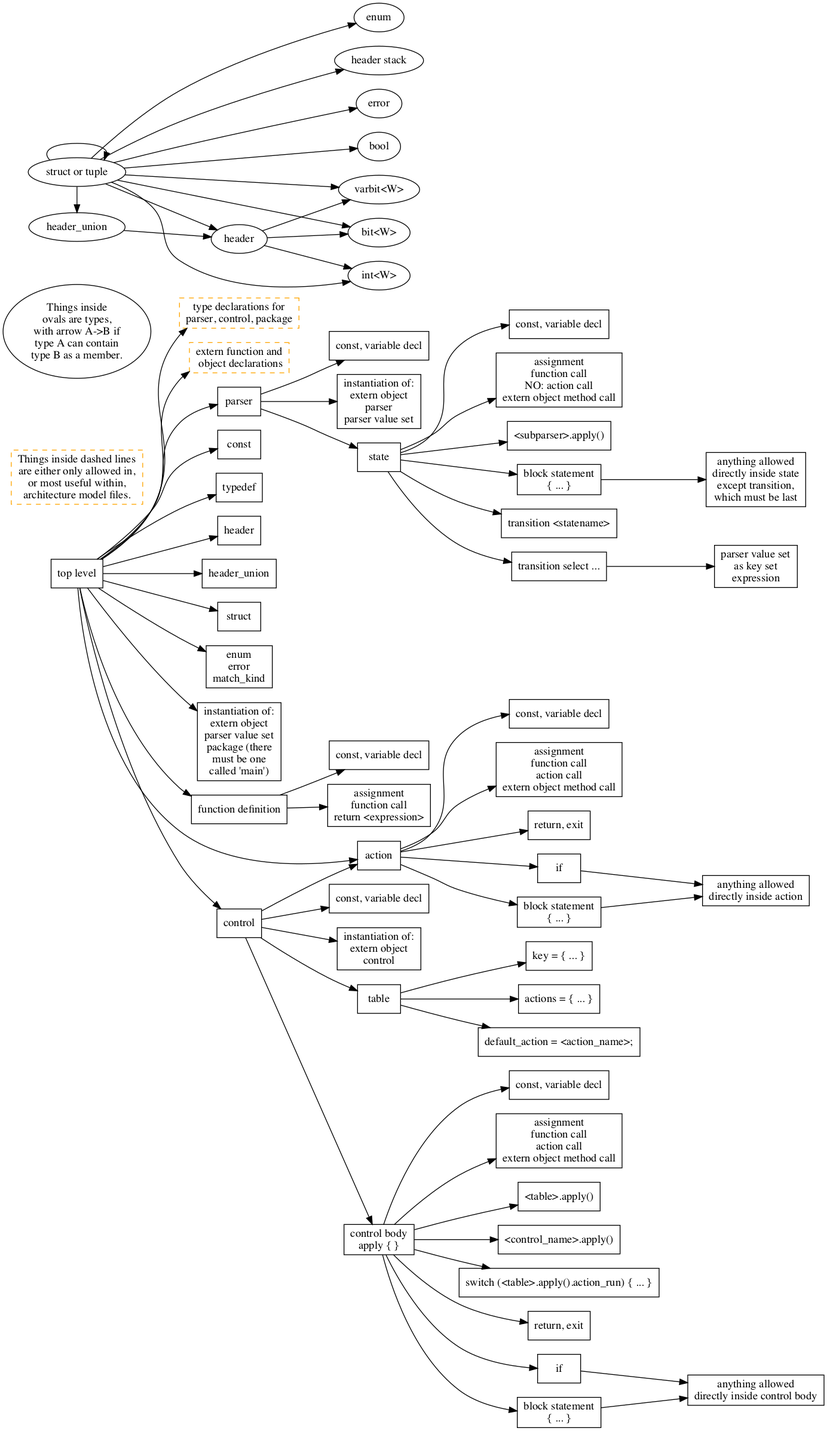
Before: p4-16-allowed-constructs.png, a diagram exported from Graphviz (jafingerhut/p4-guide). Its source is kept beside it as p4-16-allowed-constructs.dot.
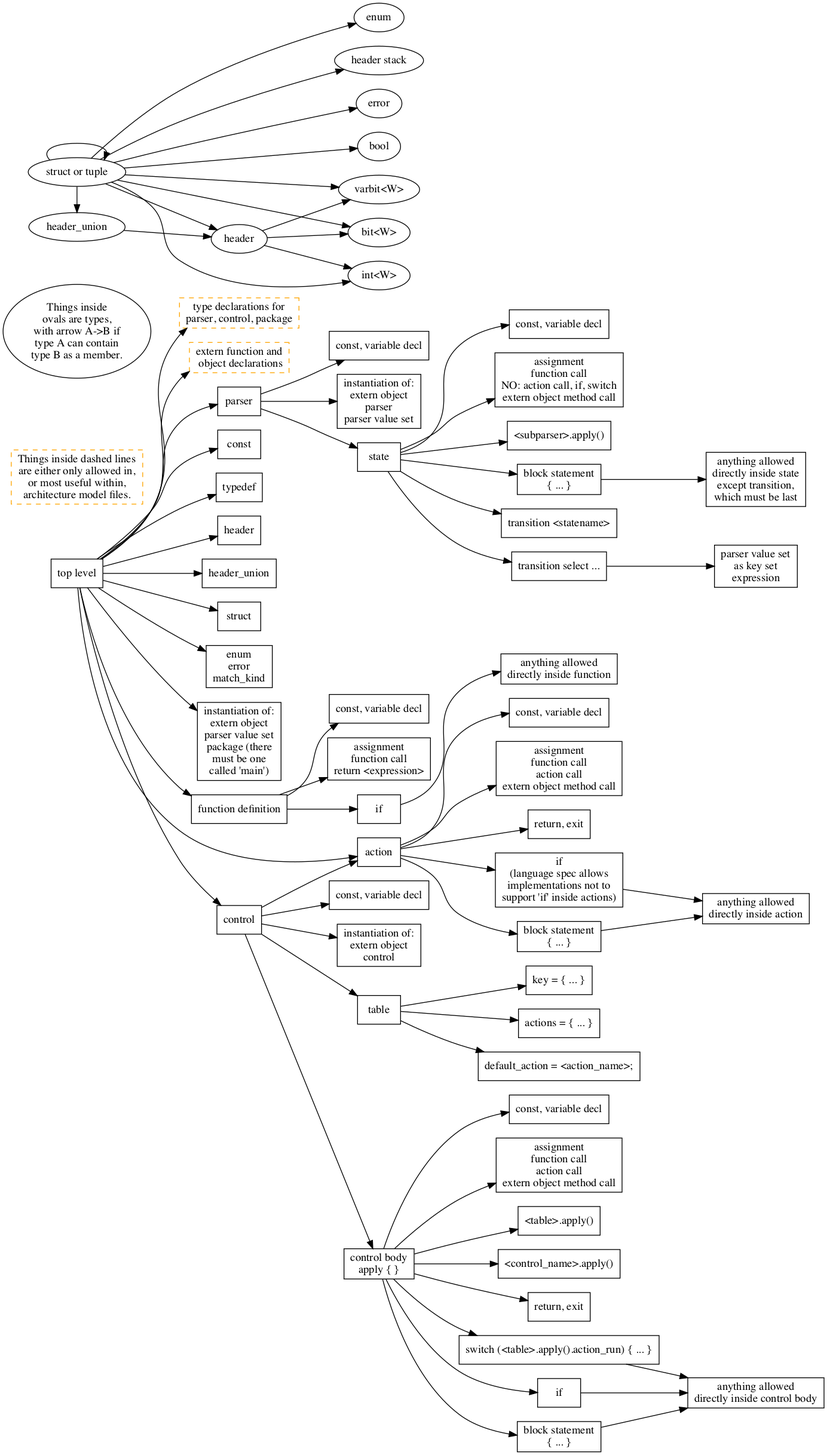
After the commit.

Commit message:
A few small additions to the P4_16 allowed constructs figure

The edit, as a diff of the source:
```diff
@@ -43,7 +43,7 @@
     parserState -> constantOrVariableDeclaration3;
     constantOrVariableDeclaration3 [label="const, variable decl"];
     parserState -> assignmentActionMethodCallStatement3;
-    assignmentActionMethodCallStatement3 [label="assignment\nfunction call\nNO: action call\nextern object method call"];
+    assignmentActionMethodCallStatement3 [label="assignment\nfunction call\nNO: action call, if, switch\nextern object method call"];
     parserState -> parserApplyCallStatement3;
     parserApplyCallStatement3 [label="<subparser>.apply()"];
     parserState -> blockStatement3;
@@ -78,6 +78,10 @@
     constantOrVariableDeclaration7 [label="const, variable decl"];
     functionDefinition -> assignmentFunctionCallStatement1;
     assignmentFunctionCallStatement1 [label="assignment\nfunction call\nreturn <expression>"];
+    functionDefinition -> conditionalStatement7;
+    conditionalStatement7 [label="if"];
+    conditionalStatement7 -> blockStatementInFunctionDefinition;
+    blockStatementInFunctionDefinition [label="anything allowed\ndirectly inside function"];
 
     actionDeclaration -> constantOrVariableDeclaration5;
     constantOrVariableDeclaration5 [label="const, variable decl"];
@@ -86,7 +90,7 @@
     actionDeclaration -> returnOrExitStatement5;
     returnOrExitStatement5 [label="return, exit"];
     actionDeclaration -> conditionalStatement5;
-    conditionalStatement5 [label="if"];
+    conditionalStatement5 [label="if\n(language spec allows\nimplementations not to\nsupport 'if' inside actions)"];
     conditionalStatement5 -> blockStatementInActionDeclaration;
     actionDeclaration -> blockStatement5;
     blockStatement5 [label="block statement\n{ ... }"];
@@ -102,10 +106,11 @@
     tableApplyCall6 [label="<table>.apply()"];
     controlBody -> controlCallStatement6;
     controlCallStatement6 [label="<control_name>.apply()"];
+    controlBody -> returnOrExitStatement6;
+    returnOrExitStatement6 [label="return, exit"];
     controlBody -> switchStatement6;
     switchStatement6 [label="switch (<table>.apply().action_run) { ... }"];
-    controlBody -> returnOrExitStatement6;
-    returnOrExitStatement6 [label="return, exit"];
+    switchStatement6 -> blockStatementInControlBody;
     controlBody -> conditionalStatement6;
     conditionalStatement6 [label="if"];
     conditionalStatement6 -> blockStatementInControlBody;
```
